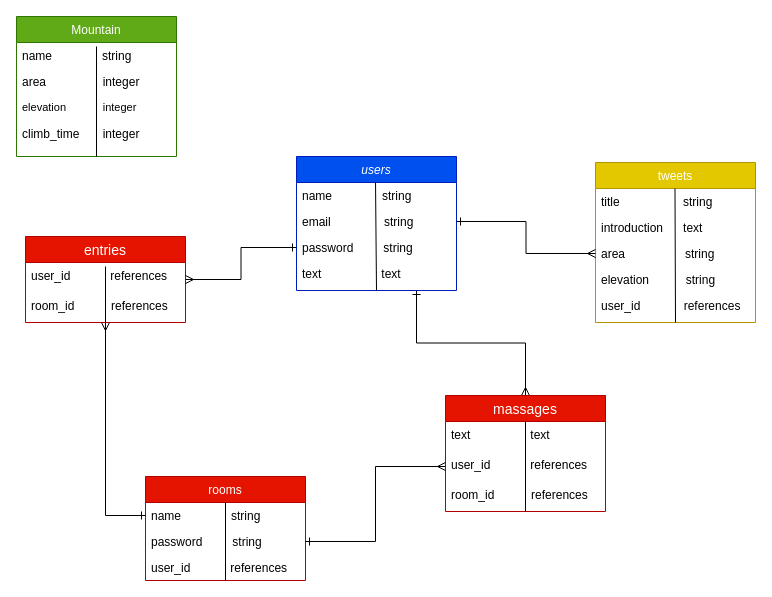
HAYASHI0884/mt.beginner keeps this draw.io diagram as MT.BEGINNER.drawio. Above is the earlier version. Source tidied: cells renumbered, new cells numbered last; positions are measured from the earlier drawing's top-left corner, leaving out a move shared by most shapes. Both pictures are drawn from the tidied source at 100%, with x=0, y=0 at pixel (16, 16).
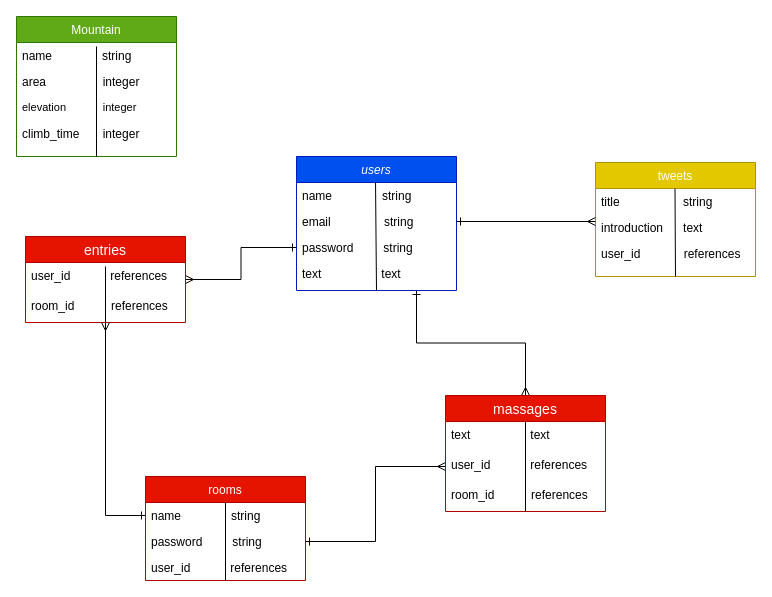
Above is the later version.

The change refers to these unchanged cells:
```xml
<mxCell id="5" value="email                string" style="text;align=left;verticalAlign=top;spacingLeft=4;spacingRight=4;overflow=hidden;points=[[0,0.5],[1,0.5]];portConstraint=eastwest;rounded=0;shadow=0;html=0;" parent="3" vertex="1">
  <mxGeometry y="52" width="160" height="26" as="geometry" />
</mxCell>
```

The edit, as a diff of the source:
```diff
@@
     <mxCell id="14" value="tweets" style="swimlane;fontStyle=0;align=center;verticalAlign=top;horizontal=1;startSize=26;rounded=0;shadow=0;strokeWidth=1;fillColor=#e3c800;strokeColor=#B09500;fontColor=#ffffff;" parent="1" vertex="1">
-      <mxGeometry x="579" y="146" width="160" height="160" as="geometry" />
+      <mxGeometry x="579" y="146" width="160" height="114" as="geometry" />
     </mxCell>
@@
-    <mxCell id="18" value="area                  string" style="text;align=left;verticalAlign=top;spacingLeft=4;spacingRight=4;overflow=hidden;points=[[0,0.5],[1,0.5]];portConstraint=eastwest;" parent="14" vertex="1">
-      <mxGeometry y="78" width="160" height="26" as="geometry" />
-    </mxCell>
-    <mxCell id="19" value="elevation           string" style="text;align=left;verticalAlign=top;spacingLeft=4;spacingRight=4;overflow=hidden;fontStyle=0;" parent="14" vertex="1">
-      <mxGeometry y="104" width="160" height="26" as="geometry" />
-    </mxCell>
     <mxCell id="20" value="user_id             references" style="text;align=left;verticalAlign=top;spacingLeft=4;spacingRight=4;overflow=hidden;" parent="14" vertex="1">
-      <mxGeometry y="130" width="160" height="26" as="geometry" />
+      <mxGeometry y="78" width="160" height="26" as="geometry" />
     </mxCell>
@@
-    <mxCell id="39" style="edgeStyle=orthogonalEdgeStyle;rounded=0;jettySize=auto;html=1;exitX=1;exitY=0.5;exitDx=0;exitDy=0;entryX=0;entryY=0.5;entryDx=0;entryDy=0;startArrow=ERone;startFill=0;endArrow=ERmany;endFill=0;fontSize=11;" parent="1" edge="1" source="5" target="18">
-      <mxGeometry relative="1" as="geometry" />
+    <mxCell id="39" style="edgeStyle=orthogonalEdgeStyle;rounded=0;jettySize=auto;html=1;exitX=1;exitY=0.5;exitDx=0;exitDy=0;startArrow=ERone;startFill=0;endArrow=ERmany;endFill=0;fontSize=11;" parent="1" edge="1" source="5">
+      <mxGeometry relative="1" as="geometry">
+        <mxPoint x="579" y="205" as="targetPoint" />
+      </mxGeometry>
     </mxCell>
```
